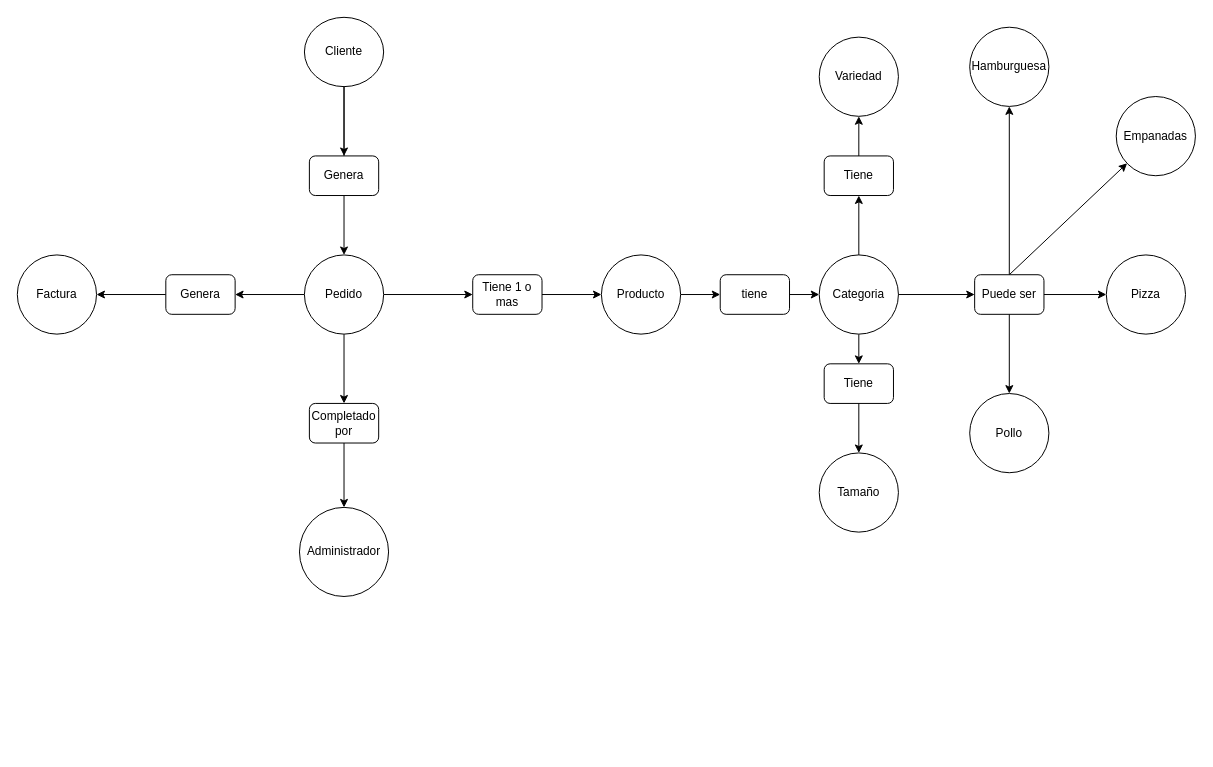
Before: Delivery.drawio in RailGun15/Programacion3-UTN, a draw.io diagram. Source tidied: cells renumbered, new cells numbered last; positions are measured from the earlier drawing's top-left corner, leaving out a move shared by most shapes. Both pictures are drawn from the tidied source at 99%, with x=0, y=0 at pixel (17, 17).
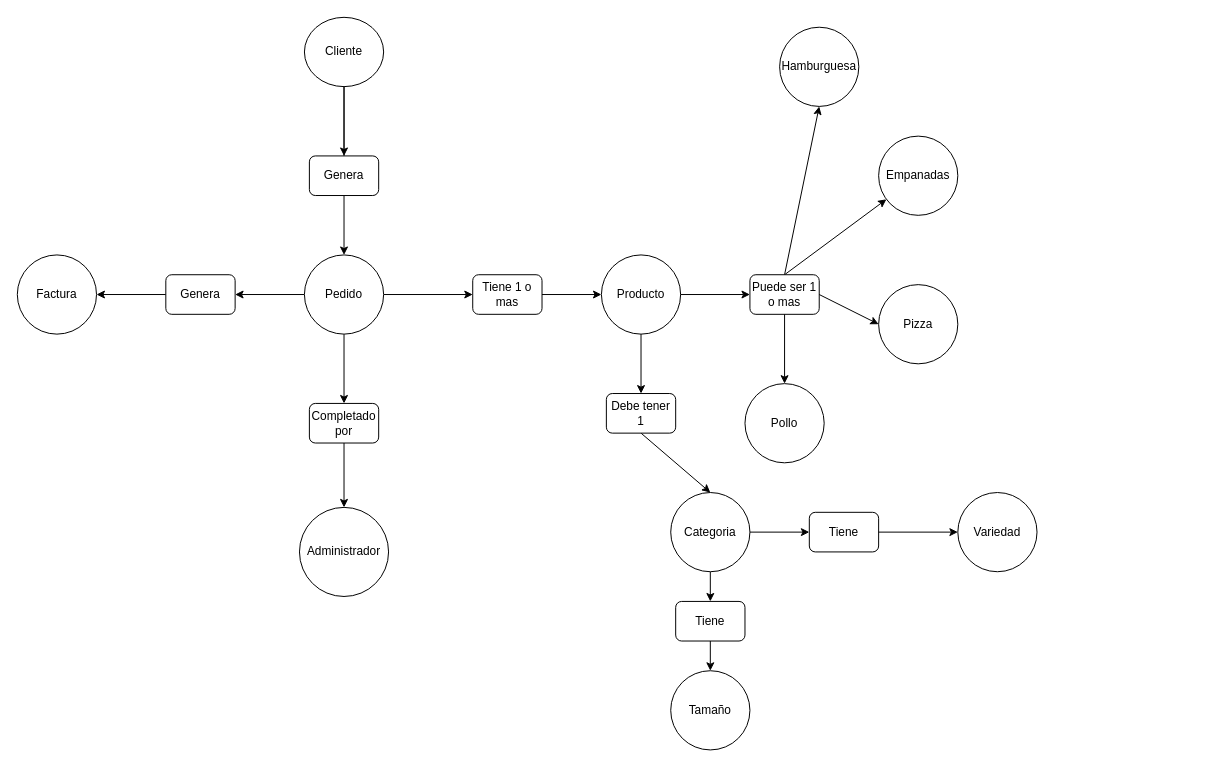
The same diagram, later.

The change refers to these unchanged cells:
```xml
<mxCell id="25" value="Producto" style="ellipse;whiteSpace=wrap;html=1;" parent="1" vertex="1">
  <mxGeometry x="590" y="240" width="80" height="80" as="geometry" />
</mxCell>
```

Change to the diagram source:
```diff
@@
     <mxCell id="13" value="Pizza" style="ellipse;whiteSpace=wrap;html=1;" parent="1" vertex="1">
-      <mxGeometry x="1100" y="240" width="80" height="80" as="geometry" />
+      <mxGeometry x="870" y="270" width="80" height="80" as="geometry" />
     </mxCell>
@@
     <mxCell id="15" value="Empanadas" style="ellipse;whiteSpace=wrap;html=1;" parent="1" vertex="1">
-      <mxGeometry x="1110" y="80" width="80" height="80" as="geometry" />
+      <mxGeometry x="870" y="120" width="80" height="80" as="geometry" />
     </mxCell>
@@
     <mxCell id="22" value="Hamburguesa" style="ellipse;whiteSpace=wrap;html=1;" parent="1" vertex="1">
-      <mxGeometry x="962" y="10" width="80" height="80" as="geometry" />
+      <mxGeometry x="770" y="10" width="80" height="80" as="geometry" />
     </mxCell>
     <mxCell id="23" value="Pollo" style="ellipse;whiteSpace=wrap;html=1;" parent="1" vertex="1">
-      <mxGeometry x="962" y="380" width="80" height="80" as="geometry" />
+      <mxGeometry x="735" y="370" width="80" height="80" as="geometry" />
     </mxCell>
-    <mxCell id="24" style="edgeStyle=none;rounded=0;jettySize=auto;html=1;entryX=0;entryY=0.5;entryDx=0;entryDy=0;" parent="1" edge="1" source="25" target="40">
-      <mxGeometry relative="1" as="geometry" />
-    </mxCell>
@@
-    <mxCell id="27" value="Puede ser" style="rounded=1;whiteSpace=wrap;html=1;" parent="1" vertex="1">
-      <mxGeometry x="967" y="260" width="70" height="40" as="geometry" />
+    <mxCell id="27" value="Puede ser 1 o mas" style="rounded=1;whiteSpace=wrap;html=1;" parent="1" vertex="1">
+      <mxGeometry x="740" y="260" width="70" height="40" as="geometry" />
     </mxCell>
@@
     <mxCell id="30" value="Tiene" style="rounded=1;whiteSpace=wrap;html=1;" parent="1" vertex="1">
-      <mxGeometry x="815" y="140" width="70" height="40" as="geometry" />
+      <mxGeometry x="800" y="500" width="70" height="40" as="geometry" />
     </mxCell>
-    <mxCell id="31" style="rounded=0;jettySize=auto;html=1;entryX=0.5;entryY=1;entryDx=0;entryDy=0;exitX=0.5;exitY=0;exitDx=0;exitDy=0;" parent="1" edge="1" source="38" target="30">
+    <mxCell id="31" style="rounded=0;jettySize=auto;html=1;entryX=0;entryY=0.5;entryDx=0;entryDy=0;exitX=1;exitY=0.5;exitDx=0;exitDy=0;" parent="1" edge="1" source="38" target="30">
       <mxGeometry relative="1" as="geometry" />
     </mxCell>
     <mxCell id="32" value="Variedad" style="ellipse;whiteSpace=wrap;html=1;" parent="1" vertex="1">
-      <mxGeometry x="810" y="20" width="80" height="80" as="geometry" />
+      <mxGeometry x="950" y="480" width="80" height="80" as="geometry" />
     </mxCell>
-    <mxCell id="33" style="rounded=0;jettySize=auto;html=1;entryX=0.5;entryY=1;entryDx=0;entryDy=0;exitX=0.5;exitY=0;exitDx=0;exitDy=0;" parent="1" edge="1" source="30" target="32">
+    <mxCell id="33" style="rounded=0;jettySize=auto;html=1;entryX=0;entryY=0.5;entryDx=0;entryDy=0;exitX=1;exitY=0.5;exitDx=0;exitDy=0;" parent="1" edge="1" source="30" target="32">
       <mxGeometry relative="1" as="geometry" />
     </mxCell>
     <mxCell id="34" value="Tiene" style="rounded=1;whiteSpace=wrap;html=1;" parent="1" vertex="1">
-      <mxGeometry x="815" y="350" width="70" height="40" as="geometry" />
+      <mxGeometry x="665" y="590" width="70" height="40" as="geometry" />
     </mxCell>
     <mxCell id="35" value="Tamaño" style="ellipse;whiteSpace=wrap;html=1;" parent="1" vertex="1">
-      <mxGeometry x="810" y="440" width="80" height="80" as="geometry" />
+      <mxGeometry x="660" y="660" width="80" height="80" as="geometry" />
     </mxCell>
@@
     <mxCell id="38" value="Categoria" style="ellipse;whiteSpace=wrap;html=1;" parent="1" vertex="1">
-      <mxGeometry x="810" y="240" width="80" height="80" as="geometry" />
+      <mxGeometry x="660" y="480" width="80" height="80" as="geometry" />
     </mxCell>
-    <mxCell id="39" style="edgeStyle=none;rounded=0;jettySize=auto;html=1;entryX=0;entryY=0.5;entryDx=0;entryDy=0;exitX=1;exitY=0.5;exitDx=0;exitDy=0;" parent="1" edge="1" source="38" target="27">
+    <mxCell id="39" style="edgeStyle=none;rounded=0;jettySize=auto;html=1;entryX=0;entryY=0.5;entryDx=0;entryDy=0;exitX=1;exitY=0.5;exitDx=0;exitDy=0;" parent="1" edge="1" source="25" target="27">
       <mxGeometry relative="1" as="geometry" />
     </mxCell>
-    <mxCell id="40" value="tiene" style="rounded=1;whiteSpace=wrap;html=1;" parent="1" vertex="1">
-      <mxGeometry x="710" y="260" width="70" height="40" as="geometry" />
-    </mxCell>
-    <mxCell id="41" style="edgeStyle=none;rounded=0;jettySize=auto;html=1;entryX=0;entryY=0.5;entryDx=0;entryDy=0;exitX=1;exitY=0.5;exitDx=0;exitDy=0;" parent="1" edge="1" source="40" target="38">
-      <mxGeometry relative="1" as="geometry" />
-    </mxCell>
+    <mxCell id="42" style="endArrow=classic;html=1;exitX=0.5;exitY=1;exitDx=0;exitDy=0;entryX=0.5;entryY=0;entryDx=0;entryDy=0;" parent="1" edge="1" source="43" target="38">
+      <mxGeometry relative="1" as="geometry" />
+    </mxCell>
+    <mxCell id="43" value="Debe tener 1" style="rounded=1;whiteSpace=wrap;html=1;" parent="1" vertex="1">
+      <mxGeometry x="595" y="380" width="70" height="40" as="geometry" />
+    </mxCell>
+    <mxCell id="44" style="endArrow=classic;html=1;exitX=0.5;exitY=1;exitDx=0;exitDy=0;entryX=0.5;entryY=0;entryDx=0;entryDy=0;" parent="1" edge="1" source="25" target="43">
+      <mxGeometry relative="1" as="geometry" />
+    </mxCell>
```
